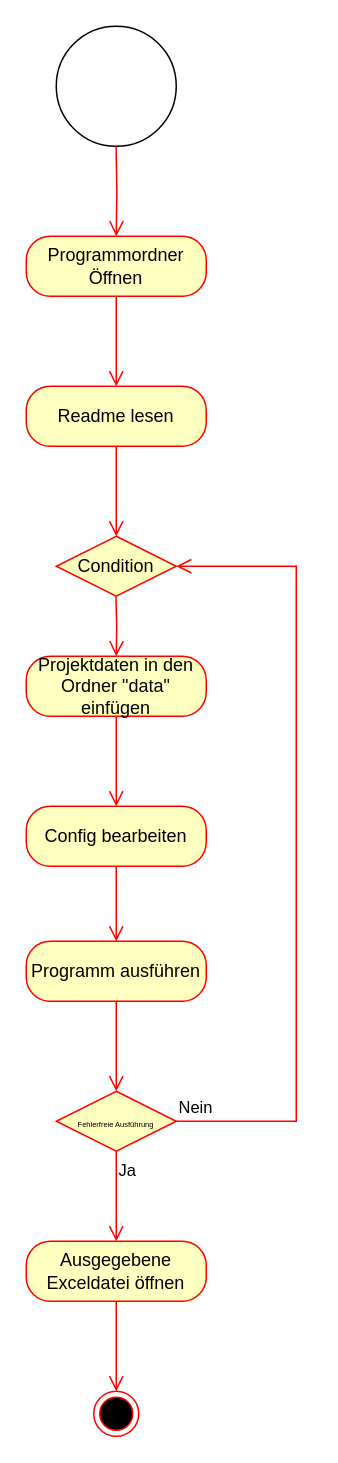
The draw.io diagram Unbenanntes Diagramm.drawio in INKSec/Diagramme, before the edit. Source tidied: cells renumbered, new cells numbered last; positions are measured from the earlier drawing's top-left corner, leaving out a move shared by most shapes. Both pictures are drawn from the tidied source at 150%, with x=0, y=0 at pixel (26, 26).
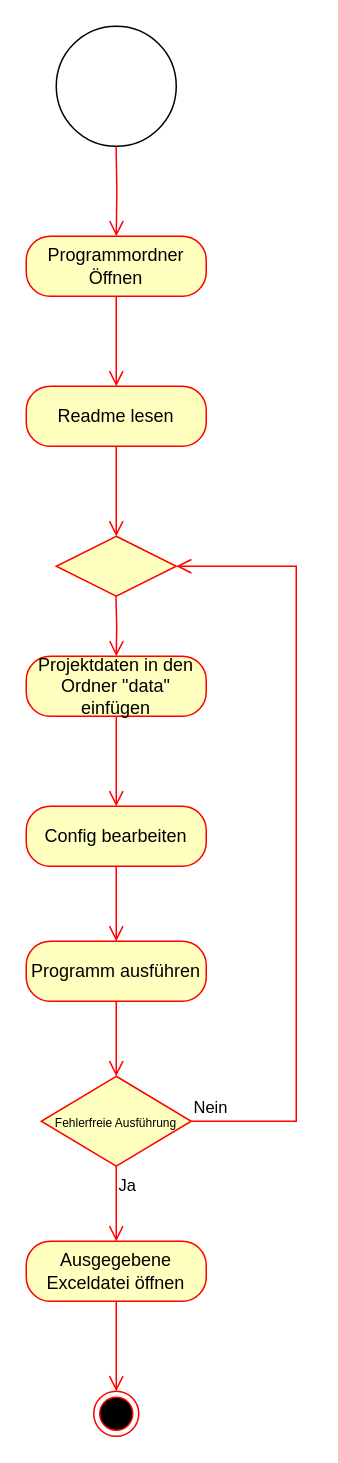
Above is the later version.

Commit message:
Format Korrekturen

The change refers to these unchanged cells:
```xml
<mxCell id="12" value="Programm ausführen" style="rounded=1;whiteSpace=wrap;html=1;arcSize=40;fontColor=#000000;fillColor=#ffffc0;strokeColor=#ff0000;" parent="1" vertex="1">
  <mxGeometry y="610" width="120" height="40" as="geometry" />
</mxCell>
```

The edit, as a diff of the source:
```diff
@@
-    <mxCell id="13" style="edgeStyle=orthogonalEdgeStyle;html=1;verticalAlign=bottom;endArrow=open;endSize=8;strokeColor=#ff0000;rounded=0;" parent="1" edge="1" source="12">
-      <mxGeometry relative="1" as="geometry">
-        <mxPoint x="60" y="710" as="targetPoint" />
-      </mxGeometry>
+    <mxCell id="13" style="edgeStyle=orthogonalEdgeStyle;html=1;verticalAlign=bottom;endArrow=open;endSize=8;strokeColor=#ff0000;rounded=0;entryX=0.5;entryY=0;entryDx=0;entryDy=0;" parent="1" edge="1" source="12" target="14">
+      <mxGeometry relative="1" as="geometry" />
     </mxCell>
-    <mxCell id="14" value="&lt;font style=&quot;font-size: 5px;&quot;&gt;Fehlerfreie Ausführung&lt;/font&gt;" style="rhombus;whiteSpace=wrap;html=1;fontColor=#000000;fillColor=#ffffc0;strokeColor=#ff0000;" parent="1" vertex="1">
-      <mxGeometry x="20" y="710" width="80" height="40" as="geometry" />
+    <mxCell id="14" value="&lt;font style=&quot;font-size: 8px;&quot;&gt;Fehlerfreie Ausführung&lt;/font&gt;" style="rhombus;whiteSpace=wrap;html=1;fontColor=#000000;fillColor=#ffffc0;strokeColor=#ff0000;" parent="1" vertex="1">
+      <mxGeometry x="10" y="700" width="100" height="60" as="geometry" />
     </mxCell>
@@
-    <mxCell id="20" value="Condition" style="rhombus;whiteSpace=wrap;html=1;fontColor=#000000;fillColor=#ffffc0;strokeColor=#ff0000;" parent="1" vertex="1">
+    <mxCell id="20" style="rhombus;whiteSpace=wrap;html=1;fontColor=#000000;fillColor=#ffffc0;strokeColor=#ff0000;" parent="1" vertex="1">
       <mxGeometry x="20" y="340" width="80" height="40" as="geometry" />
     </mxCell>
```
